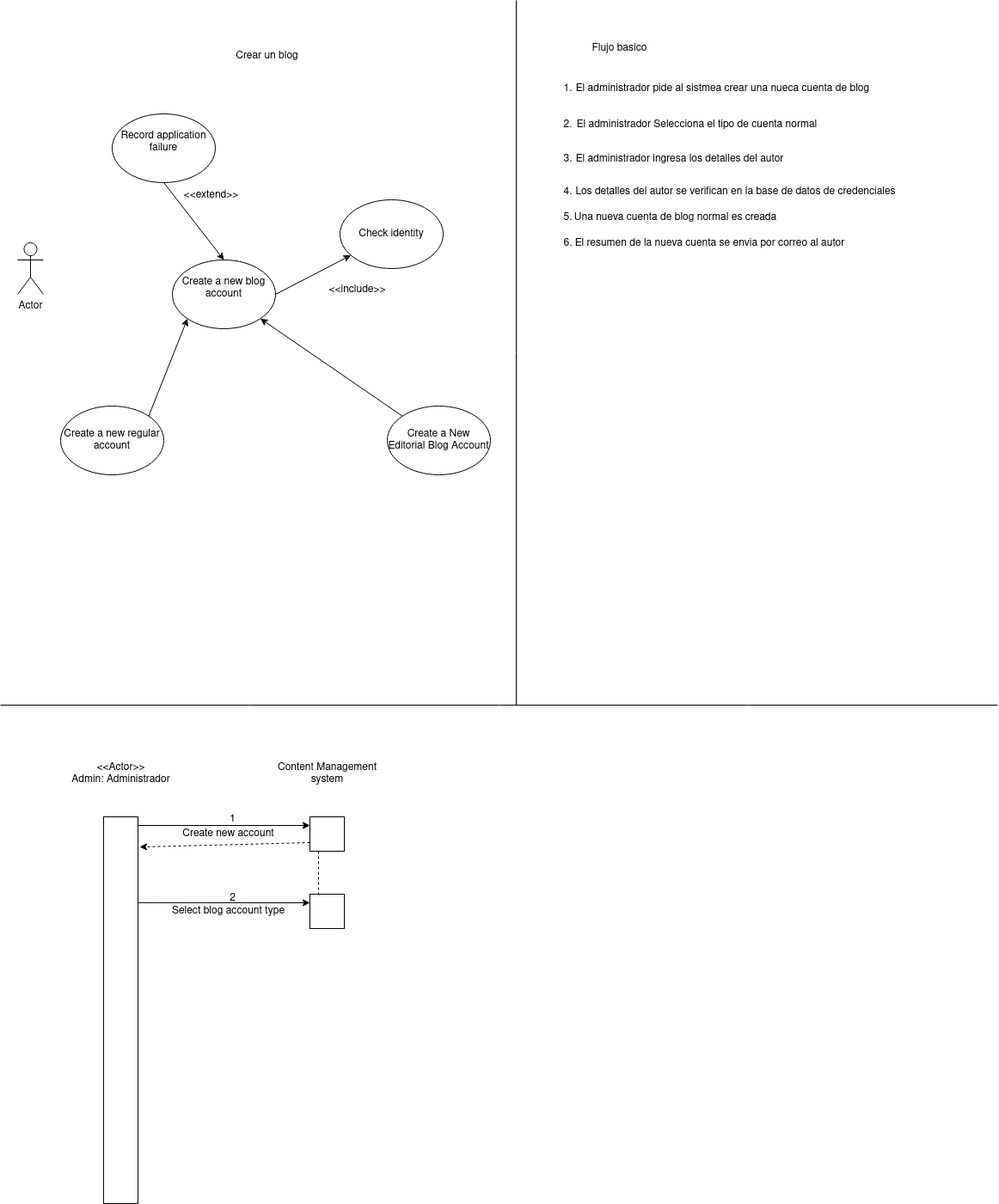
Above: DSejemplo.drawio.png in GermanOjeda/Tarea-ETS (draw.io), before the change. Source tidied: cells renumbered, new cells last; positions are measured from the earlier drawing's top-left corner, leaving out a move shared by most shapes. Its diagram source:
```xml
<mxGraphModel>
  <root>
    <mxCell id="0" />
    <mxCell id="1" parent="0" />
    <mxCell id="2" value="Actor" style="shape=umlActor;verticalLabelPosition=bottom;verticalAlign=top;html=1;" parent="1" vertex="1">
      <mxGeometry x="20" y="282" width="30" height="60" as="geometry" />
    </mxCell>
    <mxCell id="3" style="rounded=0;jettySize=auto;html=1;exitX=0.5;exitY=1;exitDx=0;exitDy=0;entryX=0.5;entryY=0;entryDx=0;entryDy=0;" parent="1" edge="1" source="4" target="6">
      <mxGeometry relative="1" as="geometry" />
    </mxCell>
    <mxCell id="4" value="&lt;div&gt;Record application failure&lt;/div&gt;&lt;div&gt;&lt;br&gt;&lt;/div&gt;" style="ellipse;whiteSpace=wrap;html=1;" parent="1" vertex="1">
      <mxGeometry x="130" y="132" width="120" height="80" as="geometry" />
    </mxCell>
    <mxCell id="5" style="rounded=0;jettySize=auto;html=1;exitX=1;exitY=0.5;exitDx=0;exitDy=0;" parent="1" edge="1" source="6" target="8">
      <mxGeometry relative="1" as="geometry" />
    </mxCell>
    <mxCell id="6" value="&lt;div&gt;Create a new blog account&lt;/div&gt;&lt;div&gt;&lt;br&gt;&lt;/div&gt;" style="ellipse;whiteSpace=wrap;html=1;" parent="1" vertex="1">
      <mxGeometry x="200" y="302" width="120" height="80" as="geometry" />
    </mxCell>
    <mxCell id="7" value="&lt;div&gt;&amp;lt;&amp;lt;extend&amp;gt;&amp;gt;&lt;/div&gt;" style="text;html=1;align=center;verticalAlign=middle;strokeColor=none;fillColor=none;" parent="1" vertex="1">
      <mxGeometry x="200" y="212" width="90" height="30" as="geometry" />
    </mxCell>
    <mxCell id="8" value="&lt;div&gt;Check identity&lt;/div&gt;" style="ellipse;whiteSpace=wrap;html=1;" parent="1" vertex="1">
      <mxGeometry x="395" y="232" width="120" height="80" as="geometry" />
    </mxCell>
    <mxCell id="9" value="&amp;lt;&amp;lt;include&amp;gt;&amp;gt;" style="text;html=1;align=center;verticalAlign=middle;strokeColor=none;fillColor=none;" parent="1" vertex="1">
      <mxGeometry x="370" y="322" width="90" height="30" as="geometry" />
    </mxCell>
    <mxCell id="10" value="&lt;div&gt;Crear un blog&lt;/div&gt;" style="text;html=1;align=center;verticalAlign=middle;strokeColor=none;fillColor=none;" parent="1" vertex="1">
      <mxGeometry x="260" y="50" width="100" height="30" as="geometry" />
    </mxCell>
    <mxCell id="11" style="rounded=0;jettySize=auto;html=1;exitX=1;exitY=0;exitDx=0;exitDy=0;entryX=0;entryY=1;entryDx=0;entryDy=0;" parent="1" edge="1" source="12" target="6">
      <mxGeometry relative="1" as="geometry" />
    </mxCell>
    <mxCell id="12" value="Create a new regular account" style="ellipse;whiteSpace=wrap;html=1;" parent="1" vertex="1">
      <mxGeometry x="70" y="472" width="120" height="80" as="geometry" />
    </mxCell>
    <mxCell id="13" style="rounded=0;jettySize=auto;html=1;exitX=0;exitY=0;exitDx=0;exitDy=0;entryX=1;entryY=1;entryDx=0;entryDy=0;startArrow=none;startFill=0;" parent="1" edge="1" source="14" target="6">
      <mxGeometry relative="1" as="geometry" />
    </mxCell>
    <mxCell id="14" value="Create a New Editorial Blog Account" style="ellipse;whiteSpace=wrap;html=1;" parent="1" vertex="1">
      <mxGeometry x="450" y="472" width="120" height="80" as="geometry" />
    </mxCell>
    <mxCell id="15" style="endArrow=none;html=1;rounded=0;" parent="1" edge="1">
      <mxGeometry relative="1" as="geometry">
        <mxPoint x="600" y="820" as="sourcePoint" />
        <mxPoint x="600" as="targetPoint" />
      </mxGeometry>
    </mxCell>
    <mxCell id="16" value="&lt;div&gt;Flujo basico&lt;/div&gt;&lt;div&gt;&lt;br&gt;&lt;/div&gt;" style="text;html=1;align=center;verticalAlign=middle;strokeColor=none;fillColor=none;" parent="1" vertex="1">
      <mxGeometry x="675" y="43" width="90" height="40" as="geometry" />
    </mxCell>
    <mxCell id="17" value="1." style="text;html=1;align=center;verticalAlign=middle;strokeColor=none;fillColor=none;" parent="1" vertex="1">
      <mxGeometry x="645" y="88" width="30" height="30" as="geometry" />
    </mxCell>
    <mxCell id="18" value="El administrador pide al sistmea crear una nueca cuenta de blog" style="text;html=1;align=center;verticalAlign=middle;strokeColor=none;fillColor=none;" parent="1" vertex="1">
      <mxGeometry x="660" y="88" width="360" height="30" as="geometry" />
    </mxCell>
    <mxCell id="19" value="2." style="text;html=1;align=center;verticalAlign=middle;strokeColor=none;fillColor=none;" parent="1" vertex="1">
      <mxGeometry x="645" y="130" width="30" height="30" as="geometry" />
    </mxCell>
    <mxCell id="20" value="El administrador Selecciona el tipo de cuenta normal" style="text;html=1;align=center;verticalAlign=middle;strokeColor=none;fillColor=none;" parent="1" vertex="1">
      <mxGeometry x="660" y="130" width="300" height="30" as="geometry" />
    </mxCell>
    <mxCell id="21" value="3." style="text;html=1;align=center;verticalAlign=middle;strokeColor=none;fillColor=none;" parent="1" vertex="1">
      <mxGeometry x="645" y="170" width="30" height="30" as="geometry" />
    </mxCell>
    <mxCell id="22" value="El administrador ingresa los detalles del autor" style="text;html=1;align=center;verticalAlign=middle;strokeColor=none;fillColor=none;" parent="1" vertex="1">
      <mxGeometry x="655" y="170" width="270" height="30" as="geometry" />
    </mxCell>
    <mxCell id="23" value="4." style="text;html=1;align=center;verticalAlign=middle;strokeColor=none;fillColor=none;" parent="1" vertex="1">
      <mxGeometry x="645" y="208" width="30" height="30" as="geometry" />
    </mxCell>
    <mxCell id="24" value="Los detalles del autor se verifican en la base de datos de credenciales" style="text;html=1;align=center;verticalAlign=middle;strokeColor=none;fillColor=none;" parent="1" vertex="1">
      <mxGeometry x="655" y="208" width="400" height="30" as="geometry" />
    </mxCell>
    <mxCell id="25" value="5." style="text;html=1;align=center;verticalAlign=middle;strokeColor=none;fillColor=none;" parent="1" vertex="1">
      <mxGeometry x="645" y="238" width="30" height="30" as="geometry" />
    </mxCell>
    <mxCell id="26" value="Una nueva cuenta de blog normal es creada" style="text;html=1;align=center;verticalAlign=middle;strokeColor=none;fillColor=none;" parent="1" vertex="1">
      <mxGeometry x="655" y="238" width="260" height="30" as="geometry" />
    </mxCell>
    <mxCell id="27" value="6." style="text;html=1;align=center;verticalAlign=middle;strokeColor=none;fillColor=none;" parent="1" vertex="1">
      <mxGeometry x="645" y="268" width="30" height="30" as="geometry" />
    </mxCell>
    <mxCell id="28" value="El resumen de la nueva cuenta se envia por correo al autor" style="text;html=1;align=center;verticalAlign=middle;strokeColor=none;fillColor=none;" parent="1" vertex="1">
      <mxGeometry x="655" y="268" width="340" height="30" as="geometry" />
    </mxCell>
    <mxCell id="29" value="&lt;div&gt;&amp;lt;&amp;lt;Actor&amp;gt;&amp;gt;&lt;/div&gt;&lt;div&gt;Admin: Administrador&lt;br&gt;&lt;/div&gt;" style="text;html=1;align=center;verticalAlign=middle;strokeColor=none;fillColor=none;" parent="1" vertex="1">
      <mxGeometry x="70" y="880" width="140" height="40" as="geometry" />
    </mxCell>
    <mxCell id="30" style="rounded=0;whiteSpace=wrap;html=1;" parent="1" vertex="1">
      <mxGeometry x="120" y="950" width="40" height="450" as="geometry" />
    </mxCell>
    <mxCell id="31" style="endArrow=none;html=1;rounded=0;" parent="1" edge="1">
      <mxGeometry relative="1" as="geometry">
        <mxPoint y="820" as="sourcePoint" />
        <mxPoint x="1160" y="820" as="targetPoint" />
      </mxGeometry>
    </mxCell>
    <mxCell id="32" value="&lt;div&gt;Content Management&lt;/div&gt;&lt;div&gt;system&lt;br&gt;&lt;/div&gt;" style="text;html=1;align=center;verticalAlign=middle;strokeColor=none;fillColor=none;" parent="1" vertex="1">
      <mxGeometry x="310" y="880" width="140" height="40" as="geometry" />
    </mxCell>
    <mxCell id="33" style="rounded=0;whiteSpace=wrap;html=1;" parent="1" vertex="1">
      <mxGeometry x="360" y="950" width="40" height="40" as="geometry" />
    </mxCell>
    <mxCell id="34" style="edgeStyle=none;jettySize=auto;html=1;rounded=0;entryX=0;entryY=0.25;entryDx=0;entryDy=0;" parent="1" edge="1" target="33">
      <mxGeometry relative="1" as="geometry">
        <mxPoint x="160" y="960" as="sourcePoint" />
      </mxGeometry>
    </mxCell>
    <mxCell id="35" value="1" style="text;html=1;align=center;verticalAlign=middle;strokeColor=none;fillColor=none;" parent="1" vertex="1">
      <mxGeometry x="255" y="938" width="30" height="30" as="geometry" />
    </mxCell>
    <mxCell id="36" value="Create new account" style="text;html=1;align=center;verticalAlign=middle;strokeColor=none;fillColor=none;" parent="1" vertex="1">
      <mxGeometry x="200" y="955" width="130" height="30" as="geometry" />
    </mxCell>
    <mxCell id="37" style="rounded=0;whiteSpace=wrap;html=1;" parent="1" vertex="1">
      <mxGeometry x="360" y="1040" width="40" height="40" as="geometry" />
    </mxCell>
    <mxCell id="38" style="edgeStyle=none;jettySize=auto;html=1;rounded=0;dashed=1;entryX=1.05;entryY=0.078;entryDx=0;entryDy=0;entryPerimeter=0;exitX=0;exitY=0.75;exitDx=0;exitDy=0;" parent="1" edge="1" source="33" target="30">
      <mxGeometry relative="1" as="geometry" />
    </mxCell>
    <mxCell id="39" style="edgeStyle=none;jettySize=auto;html=1;rounded=0;dashed=1;entryX=0.25;entryY=0;entryDx=0;entryDy=0;exitX=0;exitY=0.75;exitDx=0;exitDy=0;endArrow=none;endFill=0;" parent="1" edge="1" target="37">
      <mxGeometry relative="1" as="geometry">
        <mxPoint x="370" y="990" as="sourcePoint" />
      </mxGeometry>
    </mxCell>
    <mxCell id="40" style="edgeStyle=none;jettySize=auto;html=1;rounded=0;exitX=1;exitY=0.222;exitDx=0;exitDy=0;exitPerimeter=0;entryX=0;entryY=0.25;entryDx=0;entryDy=0;" parent="1" edge="1" source="30" target="37">
      <mxGeometry relative="1" as="geometry" />
    </mxCell>
    <mxCell id="41" value="2" style="text;html=1;align=center;verticalAlign=middle;strokeColor=none;fillColor=none;" parent="1" vertex="1">
      <mxGeometry x="255" y="1030" width="30" height="30" as="geometry" />
    </mxCell>
    <mxCell id="42" value="Select blog account type" style="text;html=1;align=center;verticalAlign=middle;strokeColor=none;fillColor=none;" parent="1" vertex="1">
      <mxGeometry x="190" y="1045" width="150" height="30" as="geometry" />
    </mxCell>
  </root>
</mxGraphModel>
```
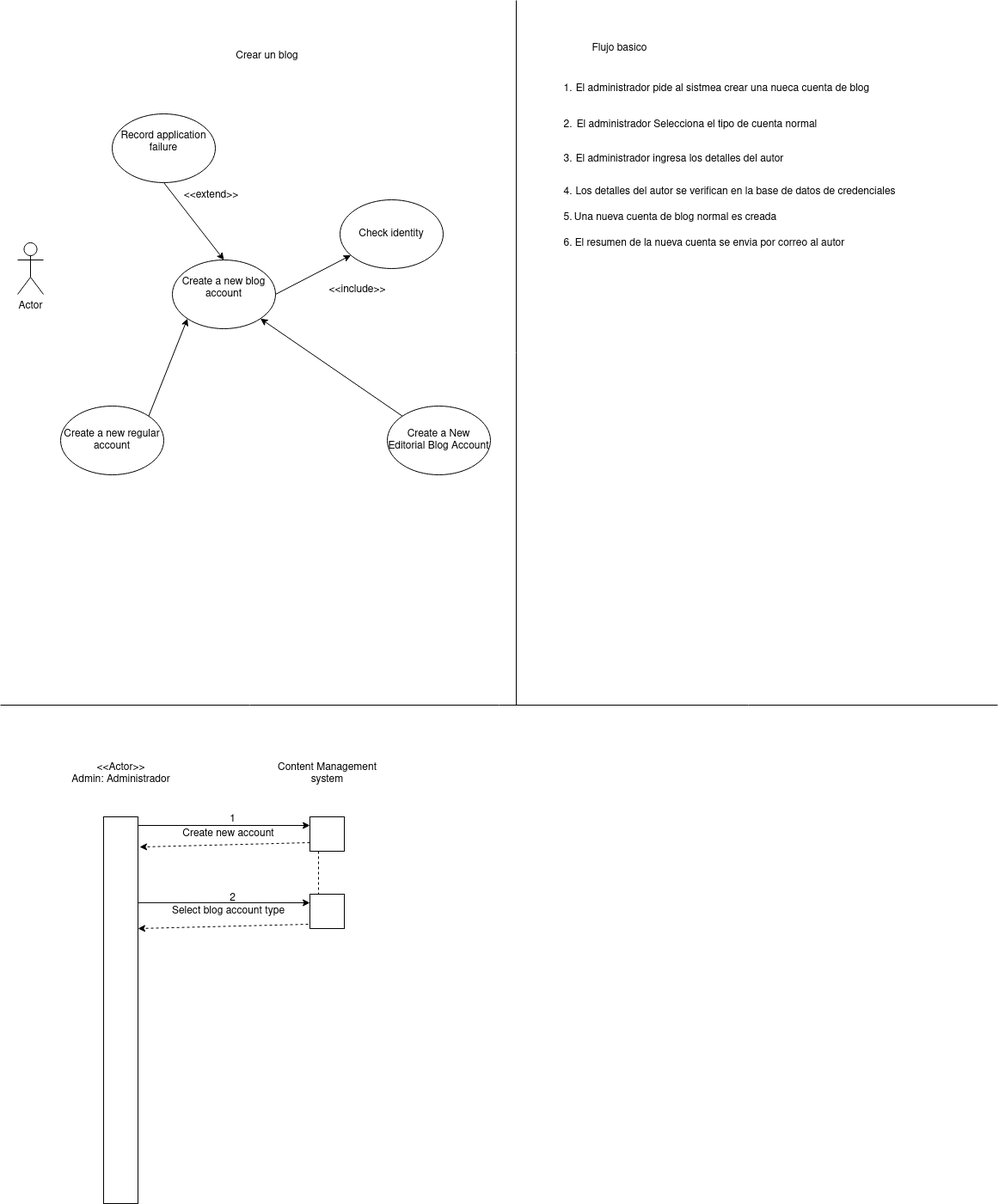
The same diagram one commit later.

What changed in the source:
```diff
@@ -135,5 +135,11 @@
     <mxCell id="42" value="Select blog account type" style="text;html=1;align=center;verticalAlign=middle;strokeColor=none;fillColor=none;" parent="1" vertex="1">
       <mxGeometry x="190" y="1045" width="150" height="30" as="geometry" />
     </mxCell>
+    <mxCell id="43" style="edgeStyle=none;orthogonalLoop=1;jettySize=auto;html=1;rounded=0;dashed=1;entryX=1.05;entryY=0.078;entryDx=0;entryDy=0;entryPerimeter=0;exitX=0;exitY=0.75;exitDx=0;exitDy=0;" parent="1" edge="1">
+      <mxGeometry relative="1" as="geometry">
+        <mxPoint x="358" y="1075" as="sourcePoint" />
+        <mxPoint x="160" y="1080" as="targetPoint" />
+      </mxGeometry>
+    </mxCell>
   </root>
 </mxGraphModel>
```
